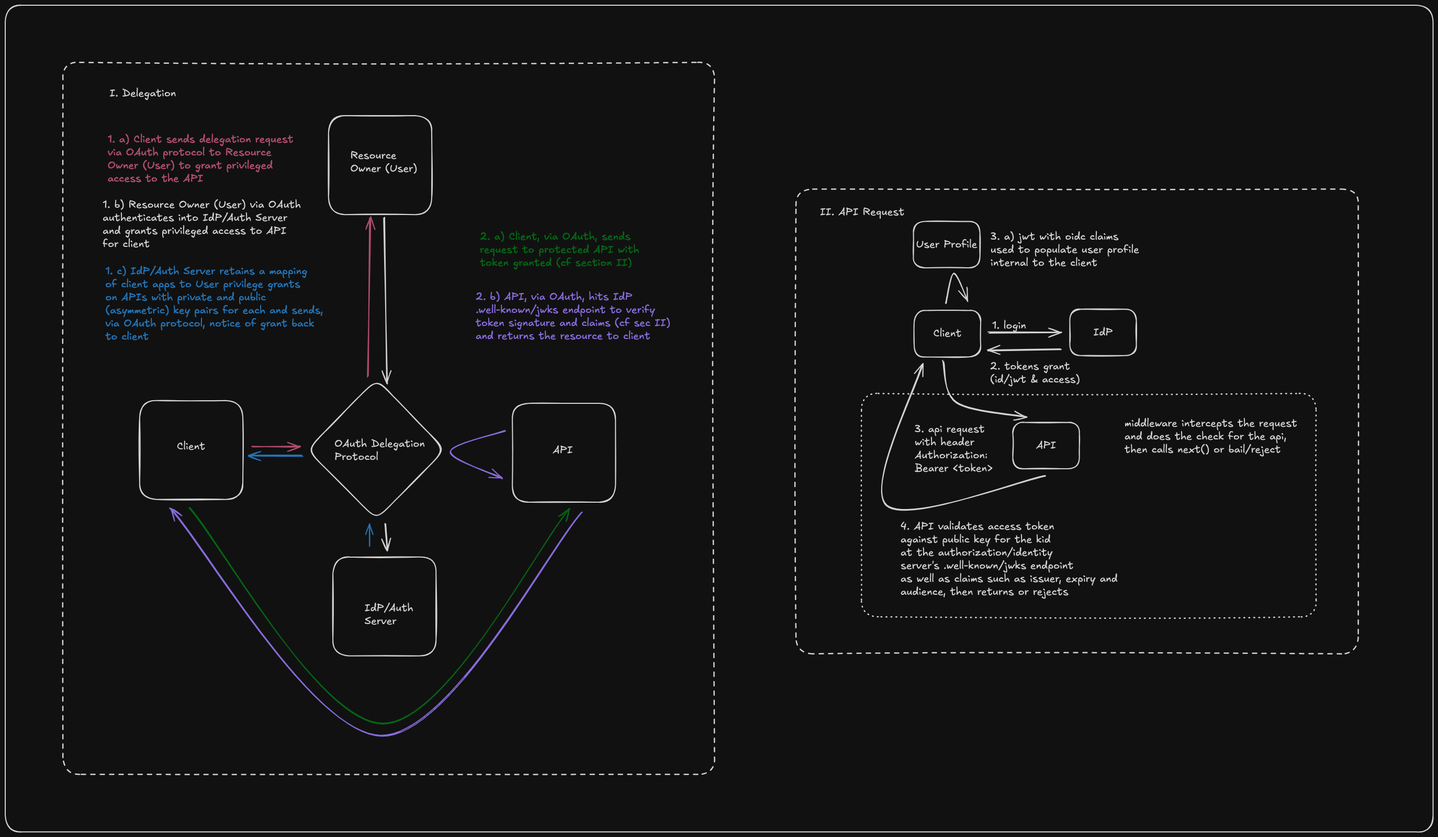
The Excalidraw diagram media/oauth.png in bronifty/auth, before a commit. Source tidied: one line per element, renumbered; positions are measured from the earlier drawing's top-left corner, leaving out a move shared by most shapes. The source it was exported from:
```json
{"id": 0, "type": "rectangle", "strokeColor": "#1e1e1e", "strokeWidth": 2, "roughness": 1, "round": true, "x": 1737, "y": 583, "width": 127, "height": 89}
{"id": 1, "type": "text", "text": "Client", "strokeColor": "#1e1e1e", "strokeWidth": 2, "roughness": 1, "fontSize": 20, "fontFamily": 5, "textAlign": "center", "verticalAlign": "middle", "inside": 0, "x": 1773, "y": 615, "width": 54, "height": 25}
{"id": 2, "type": "arrow", "strokeColor": "#1e1e1e", "strokeWidth": 2, "roughness": 1, "endArrowhead": "arrow", "round": true, "x": 1879, "y": 626, "width": 141, "height": 0, "points": [[0, 0], [141, 0]]}
{"id": 3, "type": "rectangle", "strokeColor": "#1e1e1e", "strokeWidth": 2, "roughness": 1, "round": true, "x": 2034, "y": 581, "width": 127, "height": 89}
{"id": 4, "type": "text", "text": "IdP", "strokeColor": "#1e1e1e", "strokeWidth": 2, "roughness": 1, "fontSize": 20, "fontFamily": 5, "textAlign": "center", "verticalAlign": "middle", "inside": 3, "x": 2080, "y": 613, "width": 37, "height": 25}
{"id": 5, "type": "text", "text": "1. login", "strokeColor": "#1e1e1e", "strokeWidth": 2, "roughness": 1, "fontSize": 20, "fontFamily": 5, "x": 1886, "y": 600, "width": 65, "height": 25}
{"id": 6, "type": "arrow", "strokeColor": "#1e1e1e", "strokeWidth": 2, "roughness": 1, "endArrowhead": "arrow", "round": true, "to": 7, "x": 2018, "y": 658, "width": 140, "height": 2, "points": [[0, 0], [-140, 2]]}
{"id": 7, "type": "text", "text": "2. tokens grant \n(id/jwt & access)", "strokeColor": "#1e1e1e", "strokeWidth": 2, "roughness": 1, "fontSize": 20, "fontFamily": 5, "x": 1882, "y": 678, "width": 172, "height": 50}
{"id": 8, "type": "rectangle", "strokeColor": "#1e1e1e", "strokeWidth": 2, "roughness": 1, "round": true, "x": 1925, "y": 797, "width": 127, "height": 89}
{"id": 9, "type": "text", "text": "API", "strokeColor": "#1e1e1e", "strokeWidth": 2, "roughness": 1, "fontSize": 20, "fontFamily": 5, "textAlign": "center", "verticalAlign": "middle", "inside": 8, "x": 1970, "y": 829, "width": 38, "height": 25}
{"id": 10, "type": "arrow", "strokeColor": "#1e1e1e", "strokeWidth": 2, "roughness": 1, "endArrowhead": "arrow", "round": true, "x": 1792, "y": 680, "width": 161, "height": 108, "points": [[0, 0], [26, 79], [161, 108]]}
{"id": 11, "type": "text", "text": "3. api request\nwith header\nAuthorization:\nBearer <token>", "strokeColor": "#1e1e1e", "strokeWidth": 2, "roughness": 1, "fontSize": 20, "fontFamily": 5, "x": 1738, "y": 798, "width": 149, "height": 100}
{"id": 12, "type": "arrow", "strokeColor": "#1e1e1e", "strokeWidth": 2, "roughness": 1, "endArrowhead": "arrow", "round": true, "x": 1797, "y": 569, "width": 41, "height": 56, "points": [[0, 0], [15, -56], [41, -4]]}
{"id": 13, "type": "rectangle", "strokeColor": "#1e1e1e", "strokeWidth": 2, "roughness": 1, "round": true, "x": 1736, "y": 413, "width": 127, "height": 89}
{"id": 14, "type": "text", "text": "User Profile", "strokeColor": "#1e1e1e", "strokeWidth": 2, "roughness": 1, "fontSize": 20, "fontFamily": 5, "textAlign": "center", "verticalAlign": "middle", "inside": 13, "x": 1741, "y": 445, "width": 117, "height": 25}
{"id": 15, "type": "text", "text": "3. a) jwt with oidc claims\nused to populate user profile\ninternal to the client", "strokeColor": "#1e1e1e", "strokeWidth": 2, "roughness": 1, "fontSize": 20, "fontFamily": 5, "x": 1883, "y": 430, "width": 284, "height": 75}
{"id": 16, "type": "arrow", "strokeColor": "#1e1e1e", "strokeWidth": 2, "roughness": 1, "endArrowhead": "arrow", "round": true, "x": 1988, "y": 900, "width": 304, "height": 269, "points": [[0, 0], [-304, 55], [-235, -214]]}
{"id": 17, "type": "text", "text": "4. API validates access token\nagainst public key for the kid\nat the authorization/identity \nserver's .well-known/jwks endpoint\nas well as claims such as issuer, expiry and \naudience, then returns or rejects", "strokeColor": "#1e1e1e", "strokeWidth": 2, "roughness": 1, "fontSize": 20, "fontFamily": 5, "x": 1711, "y": 984, "width": 423, "height": 150}
{"id": 18, "type": "rectangle", "strokeColor": "#1e1e1e", "strokeWidth": 2, "strokeStyle": "dotted", "roughness": 1, "round": true, "x": 1636, "y": 742, "width": 869, "height": 427}
{"id": 19, "type": "text", "text": "middleware intercepts the request \nand does the check for the api,\nthen calls next() or bail/reject", "strokeColor": "#1e1e1e", "strokeWidth": 2, "strokeStyle": "dotted", "roughness": 1, "fontSize": 20, "fontFamily": 5, "x": 2139, "y": 787, "width": 338, "height": 75}
{"id": 20, "type": "rectangle", "strokeColor": "#1e1e1e", "strokeWidth": 2, "strokeStyle": "dashed", "roughness": 1, "round": true, "x": 1511, "y": 351, "width": 1074, "height": 888}
{"id": 21, "type": "text", "text": "II. API Request", "strokeColor": "#1e1e1e", "strokeWidth": 2, "strokeStyle": "dashed", "roughness": 1, "fontSize": 20, "fontFamily": 5, "x": 1557, "y": 383, "width": 162, "height": 25}
{"id": 22, "type": "rectangle", "strokeColor": "#1e1e1e", "strokeWidth": 2, "strokeStyle": "dashed", "roughness": 1, "round": true, "x": 110, "y": 109, "width": 1245, "height": 1361}
{"id": 23, "type": "rectangle", "strokeColor": "#1e1e1e", "strokeWidth": 2, "roughness": 1, "round": true, "x": 257, "y": 756, "width": 197, "height": 189}
{"id": 24, "type": "text", "text": "Client", "strokeColor": "#1e1e1e", "strokeWidth": 2, "roughness": 1, "fontSize": 20, "fontFamily": 5, "x": 328, "y": 832, "width": 54, "height": 25}
{"id": 25, "type": "rectangle", "strokeColor": "#1e1e1e", "strokeWidth": 2, "roughness": 1, "round": true, "x": 618, "y": 211, "width": 197, "height": 189}
{"id": 26, "type": "text", "text": "Resource\nOwner (User)", "strokeColor": "#1e1e1e", "strokeWidth": 2, "roughness": 1, "fontSize": 20, "fontFamily": 5, "x": 659, "y": 276, "width": 128, "height": 50}
{"id": 27, "type": "rectangle", "strokeColor": "#1e1e1e", "strokeWidth": 2, "roughness": 1, "round": true, "x": 969, "y": 761, "width": 197, "height": 189}
{"id": 28, "type": "text", "text": "API", "strokeColor": "#1e1e1e", "strokeWidth": 2, "roughness": 1, "fontSize": 20, "fontFamily": 5, "x": 1046, "y": 839, "width": 38, "height": 25}
{"id": 29, "type": "rectangle", "strokeColor": "#1e1e1e", "strokeWidth": 2, "roughness": 1, "round": true, "x": 626, "y": 1055, "width": 197, "height": 189}
{"id": 30, "type": "text", "text": "IdP/Auth\nServer", "strokeColor": "#1e1e1e", "strokeWidth": 2, "roughness": 1, "fontSize": 20, "fontFamily": 5, "x": 687, "y": 1140, "width": 93, "height": 50}
{"id": 31, "type": "diamond", "strokeColor": "#1e1e1e", "strokeWidth": 2, "roughness": 1, "round": true, "x": 577, "y": 715, "width": 263, "height": 269}
{"id": 32, "type": "text", "text": "OAuth Delegation\nProtocol", "strokeColor": "#1e1e1e", "strokeWidth": 2, "roughness": 1, "fontSize": 20, "fontFamily": 5, "x": 629, "y": 826, "width": 173, "height": 50}
{"id": 33, "type": "arrow", "strokeColor": "#f783ac", "strokeWidth": 2, "roughness": 1, "endArrowhead": "arrow", "round": true, "from": 23, "to": 31, "x": 473, "y": 844, "width": 90, "height": 1, "points": [[0, 0], [90, -1]]}
{"id": 34, "type": "arrow", "strokeColor": "#f783ac", "strokeWidth": 2, "roughness": 1, "endArrowhead": "arrow", "round": true, "from": 31, "to": 25, "x": 693, "y": 709, "width": 4, "height": 302, "points": [[0, 0], [4, -302]]}
{"id": 35, "type": "arrow", "strokeColor": "#1e1e1e", "strokeWidth": 2, "roughness": 1, "endArrowhead": "arrow", "round": true, "from": 25, "to": 31, "x": 724, "y": 407, "width": 6, "height": 316, "points": [[0, 0], [6, 316]]}
{"id": 36, "type": "arrow", "strokeColor": "#4dabf7", "strokeWidth": 2, "roughness": 1, "endArrowhead": "arrow", "round": true, "x": 696, "y": 1034, "width": 0, "height": 42, "points": [[0, 0], [0, -42]]}
{"id": 37, "type": "arrow", "strokeColor": "#1e1e1e", "strokeWidth": 2, "roughness": 1, "endArrowhead": "arrow", "round": true, "x": 727, "y": 992, "width": 3, "height": 51, "points": [[0, 0], [3, 51]]}
{"id": 38, "type": "arrow", "strokeColor": "#4dabf7", "strokeWidth": 2, "roughness": 1, "endArrowhead": "arrow", "round": true, "from": 31, "to": 23, "x": 567, "y": 861, "width": 102, "height": 0, "points": [[0, 0], [-102, 0]]}
{"id": 39, "type": "arrow", "strokeColor": "#69db7c", "strokeWidth": 2, "roughness": 1, "endArrowhead": "arrow", "round": true, "from": 23, "to": 27, "x": 352, "y": 960, "width": 727, "height": 413, "points": [[0, 0], [369, 413], [727, 3]]}
{"id": 40, "type": "arrow", "strokeColor": "#9775fa", "strokeWidth": 2, "roughness": 1, "endArrowhead": "arrow", "round": true, "from": 27, "to": 27, "x": 955, "y": 814, "width": 104, "height": 91, "points": [[0, 0], [-104, 39], [-6, 91]]}
{"id": 41, "type": "arrow", "strokeColor": "#9775fa", "strokeWidth": 2, "roughness": 1, "endArrowhead": "arrow", "round": true, "from": 27, "to": 23, "x": 1102, "y": 970, "width": 787, "height": 433, "points": [[0, 0], [-383, 426], [-787, -7]]}
{"id": 42, "type": "text", "text": "1. a) Client sends delegation request\nvia OAuth protocol to Resource\nOwner (User) to grant privileged \naccess to the API", "strokeColor": "#f783ac", "strokeWidth": 2, "roughness": 1, "fontSize": 20, "fontFamily": 5, "x": 196, "y": 245, "width": 355, "height": 100}
{"id": 43, "type": "text", "text": "1. b) Resource Owner (User) via OAuth\nauthenticates into IdP/Auth Server\nand grants privileged access to API\nfor client", "strokeColor": "#1e1e1e", "strokeWidth": 2, "roughness": 1, "fontSize": 20, "fontFamily": 5, "x": 186, "y": 369, "width": 379, "height": 100}
{"id": 44, "type": "text", "text": "1. c) IdP/Auth Server retains a mapping \nof client apps to User privilege grants \non APIs with private and public \n(asymmetric) key pairs for each and sends, \nvia OAuth protocol, notice of grant back \nto client", "strokeColor": "#4dabf7", "strokeWidth": 2, "roughness": 1, "fontSize": 20, "fontFamily": 5, "x": 191, "y": 496, "width": 424, "height": 150}
{"id": 45, "type": "text", "text": "2. a) Client, via OAuth, sends \nrequest to protected API with\ntoken granted (cf section II)", "strokeColor": "#69db7c", "strokeWidth": 2, "roughness": 1, "fontSize": 20, "fontFamily": 5, "x": 907, "y": 431, "width": 304, "height": 75}
{"id": 46, "type": "text", "text": "2. b) API, via OAuth, hits IdP \n.well-known/jwks endpoint to verify\ntoken signature and claims (cf sec II)\nand returns the resource to client", "strokeColor": "#9775fa", "strokeWidth": 2, "roughness": 1, "fontSize": 20, "fontFamily": 5, "x": 899, "y": 546, "width": 372, "height": 100}
{"id": 47, "type": "text", "text": "I. Delegation", "strokeColor": "#1e1e1e", "strokeWidth": 2, "roughness": 1, "fontSize": 20, "fontFamily": 5, "x": 199, "y": 157, "width": 127, "height": 25}
{"id": 48, "type": "rectangle", "strokeColor": "#1e1e1e", "strokeWidth": 2, "roughness": 1, "round": true, "x": 0, "y": 0, "width": 2729, "height": 1580}
```
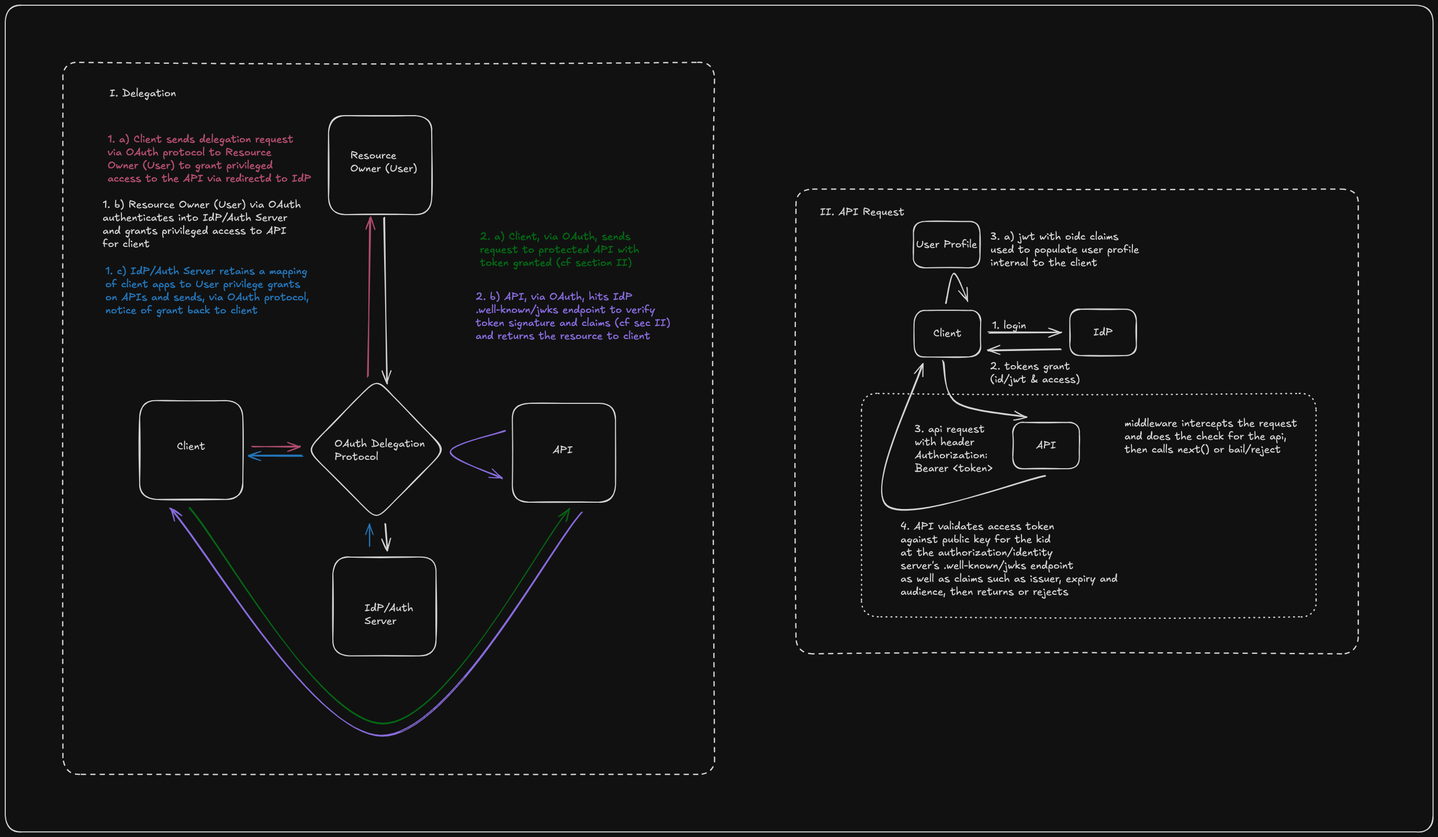
Above is the later version.

Change to the diagram source:
```diff
@@ -40,9 +40,9 @@
 {"id": 39, "type": "arrow", "strokeColor": "#69db7c", "strokeWidth": 2, "roughness": 1, "endArrowhead": "arrow", "round": true, "from": 23, "to": 27, "x": 352, "y": 960, "width": 727, "height": 413, "points": [[0, 0], [369, 413], [727, 3]]}
 {"id": 40, "type": "arrow", "strokeColor": "#9775fa", "strokeWidth": 2, "roughness": 1, "endArrowhead": "arrow", "round": true, "from": 27, "to": 27, "x": 955, "y": 814, "width": 104, "height": 91, "points": [[0, 0], [-104, 39], [-6, 91]]}
 {"id": 41, "type": "arrow", "strokeColor": "#9775fa", "strokeWidth": 2, "roughness": 1, "endArrowhead": "arrow", "round": true, "from": 27, "to": 23, "x": 1102, "y": 970, "width": 787, "height": 433, "points": [[0, 0], [-383, 426], [-787, -7]]}
-{"id": 42, "type": "text", "text": "1. a) Client sends delegation request\nvia OAuth protocol to Resource\nOwner (User) to grant privileged \naccess to the API", "strokeColor": "#f783ac", "strokeWidth": 2, "roughness": 1, "fontSize": 20, "fontFamily": 5, "x": 196, "y": 245, "width": 355, "height": 100}
+{"id": 42, "type": "text", "text": "1. a) Client sends delegation request\nvia OAuth protocol to Resource\nOwner (User) to grant privileged \naccess to the API via redirectd to IdP", "strokeColor": "#f783ac", "strokeWidth": 2, "roughness": 1, "fontSize": 20, "fontFamily": 5, "x": 196, "y": 245, "width": 389, "height": 100}
 {"id": 43, "type": "text", "text": "1. b) Resource Owner (User) via OAuth\nauthenticates into IdP/Auth Server\nand grants privileged access to API\nfor client", "strokeColor": "#1e1e1e", "strokeWidth": 2, "roughness": 1, "fontSize": 20, "fontFamily": 5, "x": 186, "y": 369, "width": 379, "height": 100}
-{"id": 44, "type": "text", "text": "1. c) IdP/Auth Server retains a mapping \nof client apps to User privilege grants \non APIs with private and public \n(asymmetric) key pairs for each and sends, \nvia OAuth protocol, notice of grant back \nto client", "strokeColor": "#4dabf7", "strokeWidth": 2, "roughness": 1, "fontSize": 20, "fontFamily": 5, "x": 191, "y": 496, "width": 424, "height": 150}
+{"id": 44, "type": "text", "text": "1. c) IdP/Auth Server retains a mapping \nof client apps to User privilege grants \non APIs and sends, via OAuth protocol, \nnotice of grant back to client", "strokeColor": "#4dabf7", "strokeWidth": 2, "roughness": 1, "fontSize": 20, "fontFamily": 5, "x": 191, "y": 496, "width": 397, "height": 100}
 {"id": 45, "type": "text", "text": "2. a) Client, via OAuth, sends \nrequest to protected API with\ntoken granted (cf section II)", "strokeColor": "#69db7c", "strokeWidth": 2, "roughness": 1, "fontSize": 20, "fontFamily": 5, "x": 907, "y": 431, "width": 304, "height": 75}
 {"id": 46, "type": "text", "text": "2. b) API, via OAuth, hits IdP \n.well-known/jwks endpoint to verify\ntoken signature and claims (cf sec II)\nand returns the resource to client", "strokeColor": "#9775fa", "strokeWidth": 2, "roughness": 1, "fontSize": 20, "fontFamily": 5, "x": 899, "y": 546, "width": 372, "height": 100}
 {"id": 47, "type": "text", "text": "I. Delegation", "strokeColor": "#1e1e1e", "strokeWidth": 2, "roughness": 1, "fontSize": 20, "fontFamily": 5, "x": 199, "y": 157, "width": 127, "height": 25}
```
